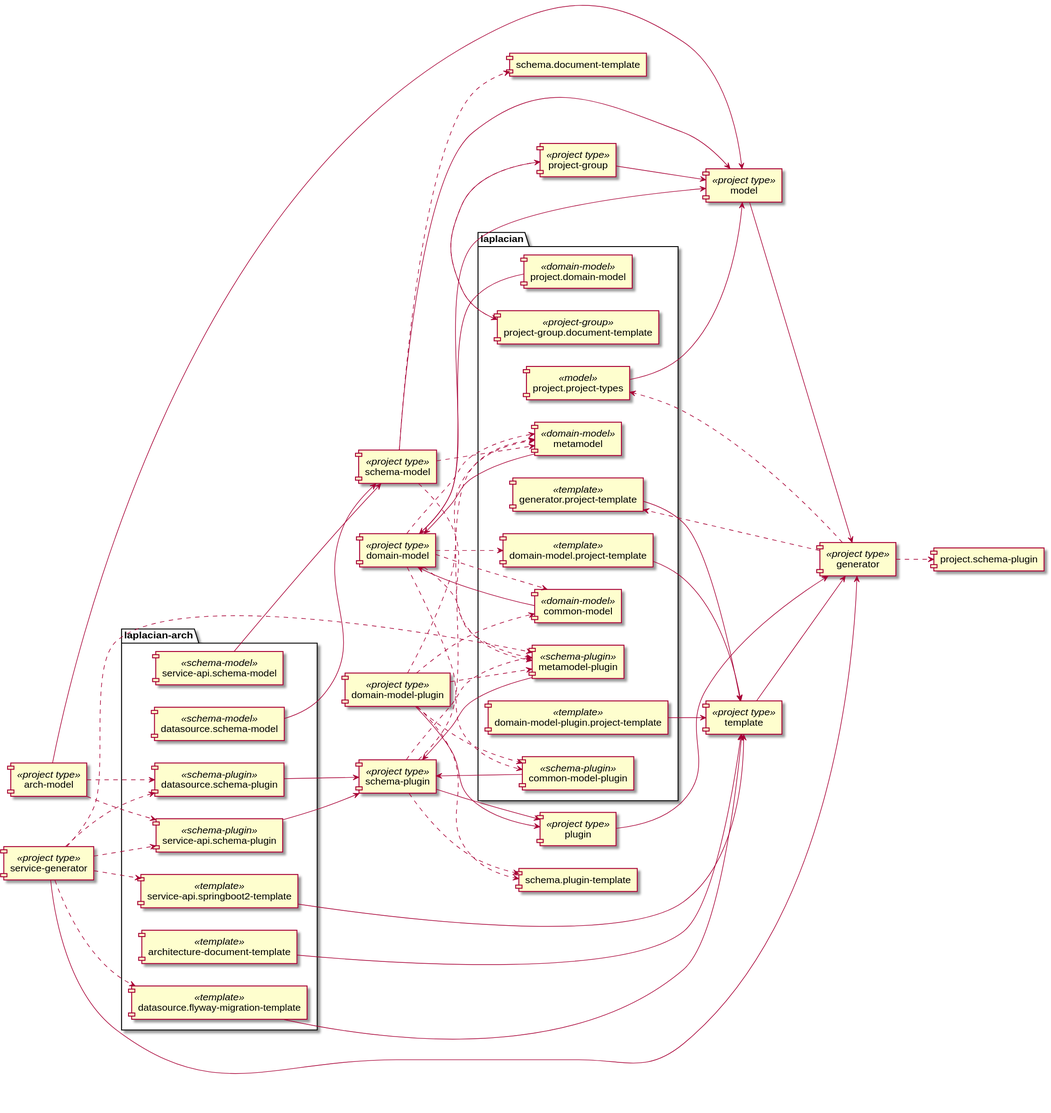
Before: doc/image/project-dependency-graph.svg, a diagram exported from PlantUML (laplacian-core/projects).
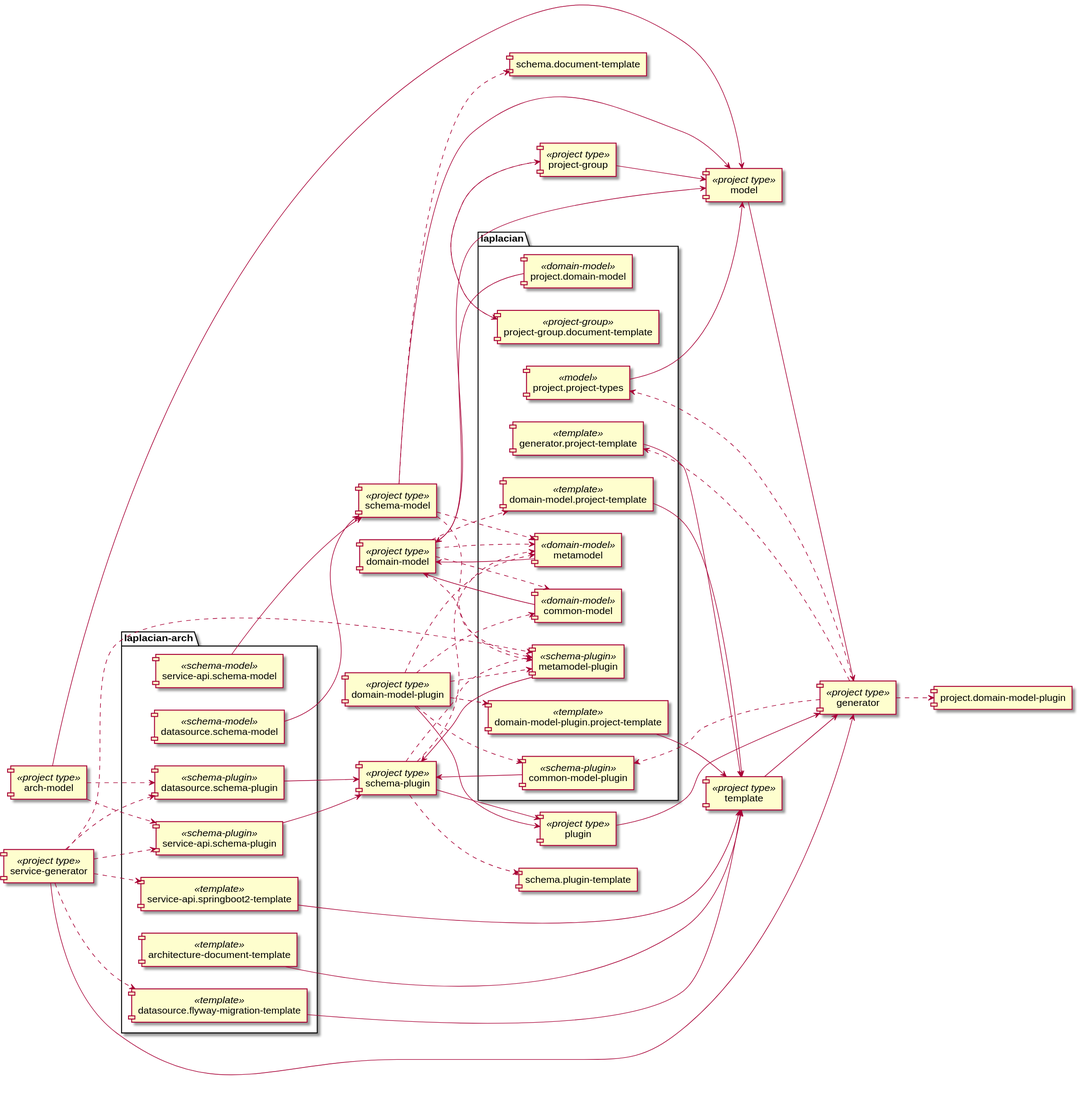
After the change.

Diff of the diagram source:
```diff
@@ -72,7 +72,7 @@
 
   [domain-model-plugin] ..> [metamodel]
   [domain-model-plugin] ..> [common-model]
-  [domain-model-plugin] ..> [schema.plugin-template]
+  [domain-model-plugin] ..> [domain-model-plugin.project-template]
   [domain-model-plugin] ..> [metamodel-plugin]
   [domain-model-plugin] ..> [common-model-plugin]
 
@@ -80,11 +80,11 @@
   [domain-model] ..> [common-model]
   [domain-model] ..> [domain-model.project-template]
   [domain-model] ..> [metamodel-plugin]
-  [domain-model] ..> [common-model-plugin]
 
   [generator] ..> [project.project-types]
   [generator] ..> [generator.project-template]
-  [generator] ..> [project.schema-plugin]
+  [generator] ..> [project.domain-model-plugin]
+  [generator] ..> [common-model-plugin]
 
 
 
```
